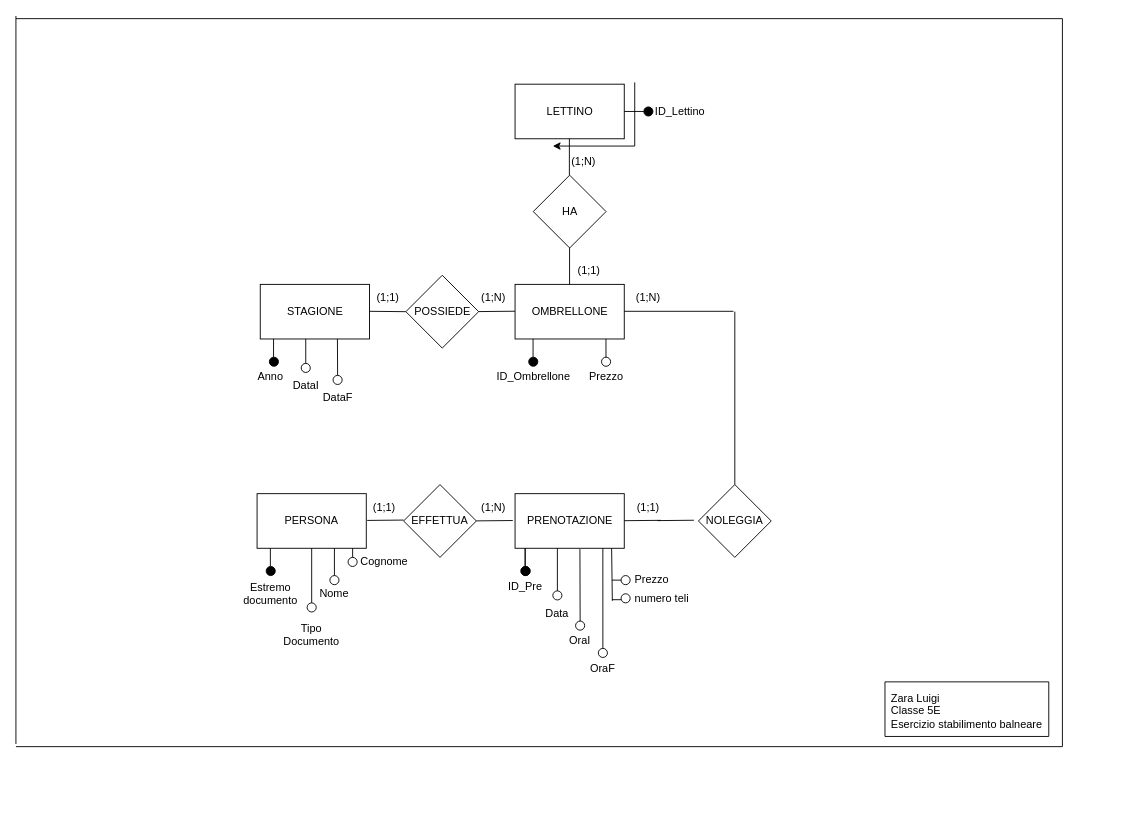
Above: ZaraLuigi_5E-StabilimentoBalneare.drawio in iigigii/INFORMATICA_5E (draw.io), before the change. Source tidied: cells renumbered, new cells numbered last; positions are measured from the earlier drawing's top-left corner, leaving out a move shared by most shapes. Both pictures are drawn from the tidied source at 91%, with x=0, y=0 at pixel (15, 15).
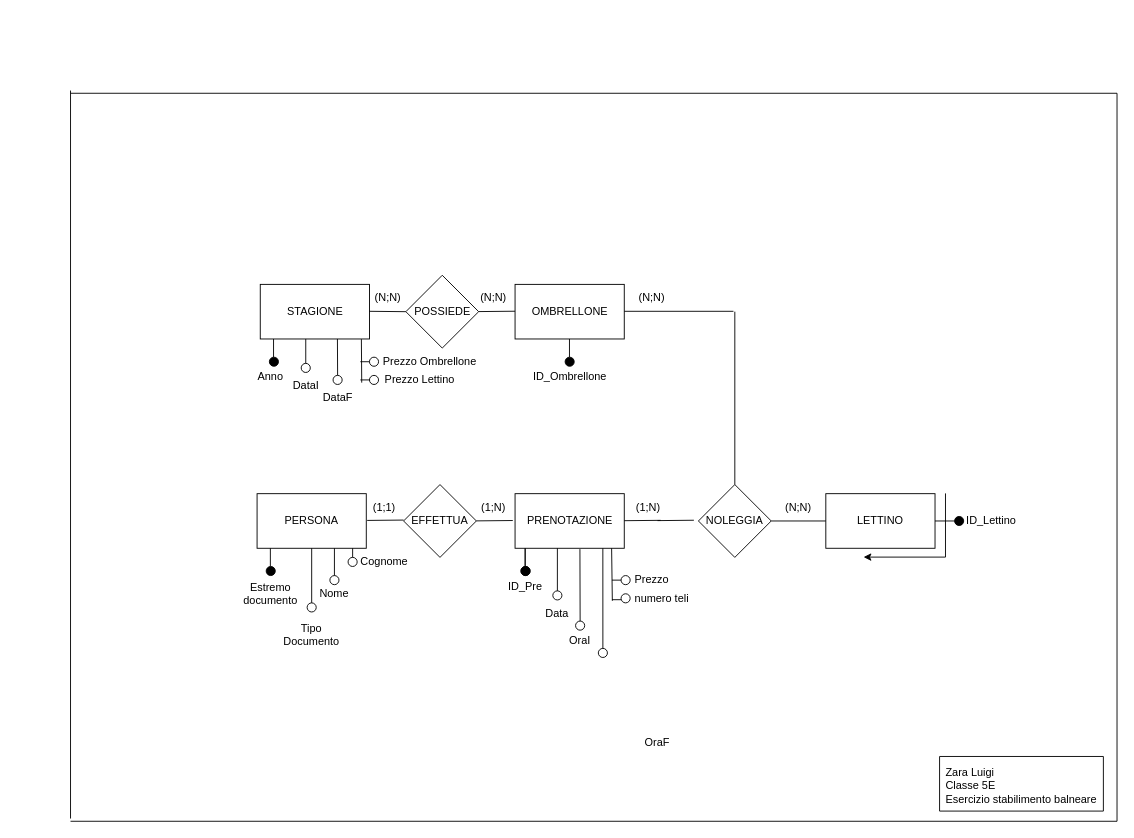
Above is the later version.

Unchanged cells that the change refers to:
```xml
<mxCell id="2" value="STAGIONE" style="rounded=0;whiteSpace=wrap;html=1;" parent="1" vertex="1">
  <mxGeometry x="268.5" y="295" width="120" height="60" as="geometry" />
</mxCell>
<mxCell id="7" value="NOLEGGIA" style="rhombus;whiteSpace=wrap;html=1;" parent="1" vertex="1">
  <mxGeometry x="750" y="515" width="80" height="80" as="geometry" />
</mxCell>
```

Change to the diagram source:
```diff
@@
     <mxCell id="8" value="LETTINO" style="rounded=0;whiteSpace=wrap;html=1;" parent="1" vertex="1">
-      <mxGeometry x="548.5" y="75" width="120" height="60" as="geometry" />
+      <mxGeometry x="890" y="525" width="120" height="60" as="geometry" />
     </mxCell>
@@
-    <mxCell id="20" value="(1;1)" style="text;html=1;whiteSpace=wrap;strokeColor=none;fillColor=none;align=center;verticalAlign=middle;rounded=0;fontStyle=0;" parent="1" vertex="1">
+    <mxCell id="20" value="(N;N)" style="text;html=1;whiteSpace=wrap;strokeColor=none;fillColor=none;align=center;verticalAlign=middle;rounded=0;fontStyle=0;" parent="1" vertex="1">
       <mxGeometry x="378.5" y="295" width="60" height="30" as="geometry" />
     </mxCell>
@@
     <mxCell id="48" value="OraF" style="text;html=1;whiteSpace=wrap;strokeColor=none;fillColor=none;align=center;verticalAlign=middle;rounded=0;" parent="1" vertex="1">
-      <mxGeometry x="615" y="701.8" width="60" height="30" as="geometry" />
+      <mxGeometry x="675" y="783.8" width="60" height="30" as="geometry" />
     </mxCell>
@@
-    <mxCell id="52" value="HA" style="rhombus;whiteSpace=wrap;html=1;direction=south;" parent="1" vertex="1">
-      <mxGeometry x="568.5" y="175" width="80" height="80" as="geometry" />
-    </mxCell>
     <mxCell id="53" style="ellipse;whiteSpace=wrap;html=1;fillColor=#000000;" parent="1" vertex="1">
-      <mxGeometry x="563.5" y="375" width="10" height="10" as="geometry" />
+      <mxGeometry x="603.5" y="375" width="10" height="10" as="geometry" />
     </mxCell>
-    <mxCell id="54" style="ellipse;whiteSpace=wrap;html=1;fillColor=#FFFFFF;" parent="1" vertex="1">
-      <mxGeometry x="643.5" y="375" width="10" height="10" as="geometry" />
-    </mxCell>
     <mxCell id="55" style="endArrow=none;html=1;rounded=0;" parent="1" edge="1">
       <mxGeometry relative="1" as="geometry">
-        <mxPoint x="568.3" y="375" as="sourcePoint" />
-        <mxPoint x="568.3" y="355" as="targetPoint" />
+        <mxPoint x="608.3" y="375" as="sourcePoint" />
+        <mxPoint x="608.3" y="355" as="targetPoint" />
       </mxGeometry>
     </mxCell>
     <mxCell id="56" value="ID_Ombrellone" style="text;html=1;whiteSpace=wrap;strokeColor=none;fillColor=none;align=center;verticalAlign=middle;rounded=0;" parent="1" vertex="1">
-      <mxGeometry x="538.5" y="381.8" width="60" height="30" as="geometry" />
+      <mxGeometry x="578.5" y="381.8" width="60" height="30" as="geometry" />
     </mxCell>
-    <mxCell id="57" value="Prezzo" style="text;html=1;whiteSpace=wrap;strokeColor=none;fillColor=none;align=center;verticalAlign=middle;rounded=0;" parent="1" vertex="1">
-      <mxGeometry x="618.5" y="381.8" width="60" height="30" as="geometry" />
+    <mxCell id="57" value="Prezzo&amp;nbsp;&lt;span style=&quot;background-color: transparent; color: light-dark(rgb(0, 0, 0), rgb(255, 255, 255));&quot;&gt;Ombrellone&lt;/span&gt;" style="text;html=1;whiteSpace=wrap;strokeColor=none;fillColor=none;align=center;verticalAlign=middle;rounded=0;" parent="1" vertex="1">
+      <mxGeometry x="402.5" y="365" width="103.5" height="30" as="geometry" />
     </mxCell>
-    <mxCell id="58" style="endArrow=none;html=1;rounded=0;" parent="1" edge="1">
-      <mxGeometry relative="1" as="geometry">
-        <mxPoint x="648.4" y="375" as="sourcePoint" />
-        <mxPoint x="648.4" y="355" as="targetPoint" />
-      </mxGeometry>
-    </mxCell>
@@
-    <mxCell id="66" style="endArrow=none;html=1;rounded=0;" parent="1" edge="1">
-      <mxGeometry relative="1" as="geometry">
-        <mxPoint x="608.4" y="295" as="sourcePoint" />
-        <mxPoint x="608.4" y="255" as="targetPoint" />
-      </mxGeometry>
-    </mxCell>
-    <mxCell id="67" style="endArrow=none;html=1;rounded=0;" parent="1" edge="1">
-      <mxGeometry relative="1" as="geometry">
-        <mxPoint x="608.2" y="175" as="sourcePoint" />
-        <mxPoint x="608.2" y="135" as="targetPoint" />
-      </mxGeometry>
-    </mxCell>
-    <mxCell id="68" value="(1;1)" style="text;html=1;whiteSpace=wrap;strokeColor=none;fillColor=none;align=center;verticalAlign=middle;rounded=0;fontStyle=0;" parent="1" vertex="1">
-      <mxGeometry x="599.5" y="265" width="60" height="30" as="geometry" />
-    </mxCell>
@@
     <mxCell id="71" style="ellipse;whiteSpace=wrap;html=1;fillColor=#000000;" parent="1" vertex="1">
-      <mxGeometry x="690" y="100" width="10" height="10" as="geometry" />
+      <mxGeometry x="1031.5" y="550" width="10" height="10" as="geometry" />
     </mxCell>
     <mxCell id="72" value="ID_Lettino" style="text;html=1;whiteSpace=wrap;strokeColor=none;fillColor=none;align=center;verticalAlign=middle;rounded=0;" parent="1" vertex="1">
-      <mxGeometry x="700" y="90" width="60" height="30" as="geometry" />
+      <mxGeometry x="1041.5" y="540" width="60" height="30" as="geometry" />
     </mxCell>
@@
-    <mxCell id="74" value="(1;1)" style="text;html=1;whiteSpace=wrap;strokeColor=none;fillColor=none;align=center;verticalAlign=middle;rounded=0;fontStyle=0;" parent="1" vertex="1">
+    <mxCell id="74" value="(1;N&lt;span style=&quot;background-color: transparent; color: light-dark(rgb(0, 0, 0), rgb(255, 255, 255));&quot;&gt;)&lt;/span&gt;" style="text;html=1;whiteSpace=wrap;strokeColor=none;fillColor=none;align=center;verticalAlign=middle;rounded=0;fontStyle=0;" parent="1" vertex="1">
       <mxGeometry x="665" y="525" width="60" height="30" as="geometry" />
     </mxCell>
     <mxCell id="75" value="&lt;div style=&quot;text-align: justify;&quot;&gt;&lt;span style=&quot;background-color: transparent; color: light-dark(rgb(0, 0, 0), rgb(255, 255, 255));&quot;&gt;Zara Luigi&lt;/span&gt;&lt;/div&gt;&lt;div&gt;&lt;div style=&quot;text-align: justify;&quot;&gt;&lt;span style=&quot;background-color: transparent; color: light-dark(rgb(0, 0, 0), rgb(255, 255, 255));&quot;&gt;Classe 5E&lt;/span&gt;&lt;/div&gt;&lt;div&gt;Esercizio stabilimento balneare&lt;/div&gt;&lt;/div&gt;" style="text;html=1;whiteSpace=wrap;strokeColor=none;fillColor=none;align=center;verticalAlign=middle;rounded=0;" parent="1" vertex="1">
-      <mxGeometry x="940" y="748.8" width="210" height="30" as="geometry" />
+      <mxGeometry x="1000" y="830.8" width="210" height="30" as="geometry" />
     </mxCell>
     <mxCell id="76" style="endArrow=none;html=1;rounded=0;" parent="1" edge="1">
       <mxGeometry relative="1" as="geometry">
-        <mxPoint x="1150" y="803" as="sourcePoint" />
-        <mxPoint x="1150" y="3" as="targetPoint" />
+        <mxPoint x="1210" y="885" as="sourcePoint" />
+        <mxPoint x="1210" y="85" as="targetPoint" />
       </mxGeometry>
     </mxCell>
     <mxCell id="77" style="endArrow=none;html=1;rounded=0;" parent="1" edge="1">
       <mxGeometry relative="1" as="geometry">
-        <mxPoint y="800" as="sourcePoint" />
-        <mxPoint as="targetPoint" />
+        <mxPoint x="60" y="882" as="sourcePoint" />
+        <mxPoint x="60" y="82" as="targetPoint" />
       </mxGeometry>
     </mxCell>
     <mxCell id="78" style="endArrow=none;html=1;rounded=0;" parent="1" edge="1">
       <mxGeometry relative="1" as="geometry">
-        <mxPoint y="803" as="sourcePoint" />
-        <mxPoint x="1150" y="803" as="targetPoint" />
+        <mxPoint x="60" y="885" as="sourcePoint" />
+        <mxPoint x="1210" y="885" as="targetPoint" />
       </mxGeometry>
     </mxCell>
     <mxCell id="79" style="endArrow=none;html=1;rounded=0;" parent="1" edge="1">
       <mxGeometry relative="1" as="geometry">
-        <mxPoint y="3" as="sourcePoint" />
-        <mxPoint x="1150" y="3" as="targetPoint" />
+        <mxPoint x="60" y="85" as="sourcePoint" />
+        <mxPoint x="1210" y="85" as="targetPoint" />
       </mxGeometry>
     </mxCell>
     <mxCell id="80" style="endArrow=none;html=1;rounded=0;" parent="1" edge="1">
       <mxGeometry relative="1" as="geometry">
-        <mxPoint x="955" y="791.8" as="sourcePoint" />
-        <mxPoint x="955" y="731.8" as="targetPoint" />
+        <mxPoint x="1015" y="873.8" as="sourcePoint" />
+        <mxPoint x="1015" y="813.8" as="targetPoint" />
       </mxGeometry>
     </mxCell>
     <mxCell id="81" style="endArrow=none;html=1;rounded=0;" parent="1" edge="1">
       <mxGeometry relative="1" as="geometry">
-        <mxPoint x="955" y="731.8" as="sourcePoint" />
-        <mxPoint x="1135" y="731.8" as="targetPoint" />
+        <mxPoint x="1015" y="813.8" as="sourcePoint" />
+        <mxPoint x="1195" y="813.8" as="targetPoint" />
       </mxGeometry>
     </mxCell>
     <mxCell id="82" style="endArrow=none;html=1;rounded=0;" parent="1" edge="1">
       <mxGeometry relative="1" as="geometry">
-        <mxPoint x="955" y="791.8" as="sourcePoint" />
-        <mxPoint x="1135" y="791.8" as="targetPoint" />
+        <mxPoint x="1015" y="873.8" as="sourcePoint" />
+        <mxPoint x="1195" y="873.8" as="targetPoint" />
       </mxGeometry>
     </mxCell>
     <mxCell id="83" style="endArrow=none;html=1;rounded=0;" parent="1" edge="1">
       <mxGeometry relative="1" as="geometry">
-        <mxPoint x="1135" y="791.8" as="sourcePoint" />
-        <mxPoint x="1135" y="731.8" as="targetPoint" />
+        <mxPoint x="1195" y="873.8" as="sourcePoint" />
+        <mxPoint x="1195" y="813.8" as="targetPoint" />
       </mxGeometry>
     </mxCell>
     <mxCell id="84" style="endArrow=classic;html=1;rounded=0;" parent="1" edge="1">
       <mxGeometry relative="1" as="geometry">
-        <mxPoint x="680" y="143" as="sourcePoint" />
-        <mxPoint x="590" y="143" as="targetPoint" />
+        <mxPoint x="1021.5" y="594.7" as="sourcePoint" />
+        <mxPoint x="931.5" y="594.7" as="targetPoint" />
       </mxGeometry>
     </mxCell>
     <mxCell id="85" style="endArrow=none;html=1;rounded=0;" parent="1" edge="1">
       <mxGeometry relative="1" as="geometry">
-        <mxPoint x="680" y="143" as="sourcePoint" />
-        <mxPoint x="680" y="73" as="targetPoint" />
+        <mxPoint x="1021.5" y="594.7" as="sourcePoint" />
+        <mxPoint x="1021.5" y="524.7" as="targetPoint" />
       </mxGeometry>
     </mxCell>
-    <mxCell id="86" value="(1;N)" style="text;html=1;whiteSpace=wrap;strokeColor=none;fillColor=none;align=center;verticalAlign=middle;rounded=0;fontStyle=0;" parent="1" vertex="1">
+    <mxCell id="86" value="(N;N)" style="text;html=1;whiteSpace=wrap;strokeColor=none;fillColor=none;align=center;verticalAlign=middle;rounded=0;fontStyle=0;" parent="1" vertex="1">
       <mxGeometry x="495" y="295" width="60" height="30" as="geometry" />
     </mxCell>
-    <mxCell id="87" value="(1;N)" style="text;html=1;whiteSpace=wrap;strokeColor=none;fillColor=none;align=center;verticalAlign=middle;rounded=0;fontStyle=0;" parent="1" vertex="1">
-      <mxGeometry x="593.5" y="145" width="60" height="30" as="geometry" />
+    <mxCell id="87" value="(N;N)" style="text;html=1;whiteSpace=wrap;strokeColor=none;fillColor=none;align=center;verticalAlign=middle;rounded=0;fontStyle=0;" parent="1" vertex="1">
+      <mxGeometry x="668.5" y="295" width="60" height="30" as="geometry" />
     </mxCell>
@@
-    <mxCell id="90" value="(1;N)" style="text;html=1;whiteSpace=wrap;strokeColor=none;fillColor=none;align=center;verticalAlign=middle;rounded=0;fontStyle=0;" parent="1" vertex="1">
-      <mxGeometry x="665" y="295" width="60" height="30" as="geometry" />
-    </mxCell>
+    <mxCell id="91" style="ellipse;whiteSpace=wrap;html=1;fillColor=#FFFFFF;" parent="1" vertex="1">
+      <mxGeometry x="388.5" y="375" width="10" height="10" as="geometry" />
+    </mxCell>
+    <mxCell id="92" style="ellipse;whiteSpace=wrap;html=1;fillColor=#FFFFFF;" parent="1" vertex="1">
+      <mxGeometry x="388.5" y="395" width="10" height="10" as="geometry" />
+    </mxCell>
+    <mxCell id="93" style="endArrow=none;html=1;rounded=0;exitX=0;exitY=0.5;exitDx=0;exitDy=0;" parent="1" edge="1" source="91">
+      <mxGeometry relative="1" as="geometry">
+        <mxPoint x="378.5" y="380" as="targetPoint" />
+      </mxGeometry>
+    </mxCell>
+    <mxCell id="94" value="Prezzo Lettino" style="text;html=1;whiteSpace=wrap;strokeColor=none;fillColor=none;align=center;verticalAlign=middle;rounded=0;" parent="1" vertex="1">
+      <mxGeometry x="391.5" y="385" width="103.5" height="30" as="geometry" />
+    </mxCell>
+    <mxCell id="95" style="endArrow=none;html=1;rounded=0;entryX=0.926;entryY=1.003;entryDx=0;entryDy=0;entryPerimeter=0;" parent="1" edge="1" target="2">
+      <mxGeometry relative="1" as="geometry">
+        <mxPoint x="380" y="403" as="sourcePoint" />
+      </mxGeometry>
+    </mxCell>
+    <mxCell id="96" style="endArrow=none;html=1;rounded=0;exitX=0;exitY=0.5;exitDx=0;exitDy=0;" parent="1" edge="1">
+      <mxGeometry relative="1" as="geometry">
+        <mxPoint x="389" y="400" as="sourcePoint" />
+        <mxPoint x="378.5" y="400" as="targetPoint" />
+      </mxGeometry>
+    </mxCell>
+    <mxCell id="97" style="endArrow=none;html=1;rounded=0;exitX=1;exitY=0.5;exitDx=0;exitDy=0;" parent="1" edge="1" source="7" target="8">
+      <mxGeometry relative="1" as="geometry" />
+    </mxCell>
+    <mxCell id="98" value="(N;N)" style="text;html=1;whiteSpace=wrap;strokeColor=none;fillColor=none;align=center;verticalAlign=middle;rounded=0;fontStyle=0;" parent="1" vertex="1">
+      <mxGeometry x="830" y="525" width="60" height="30" as="geometry" />
+    </mxCell>
```
